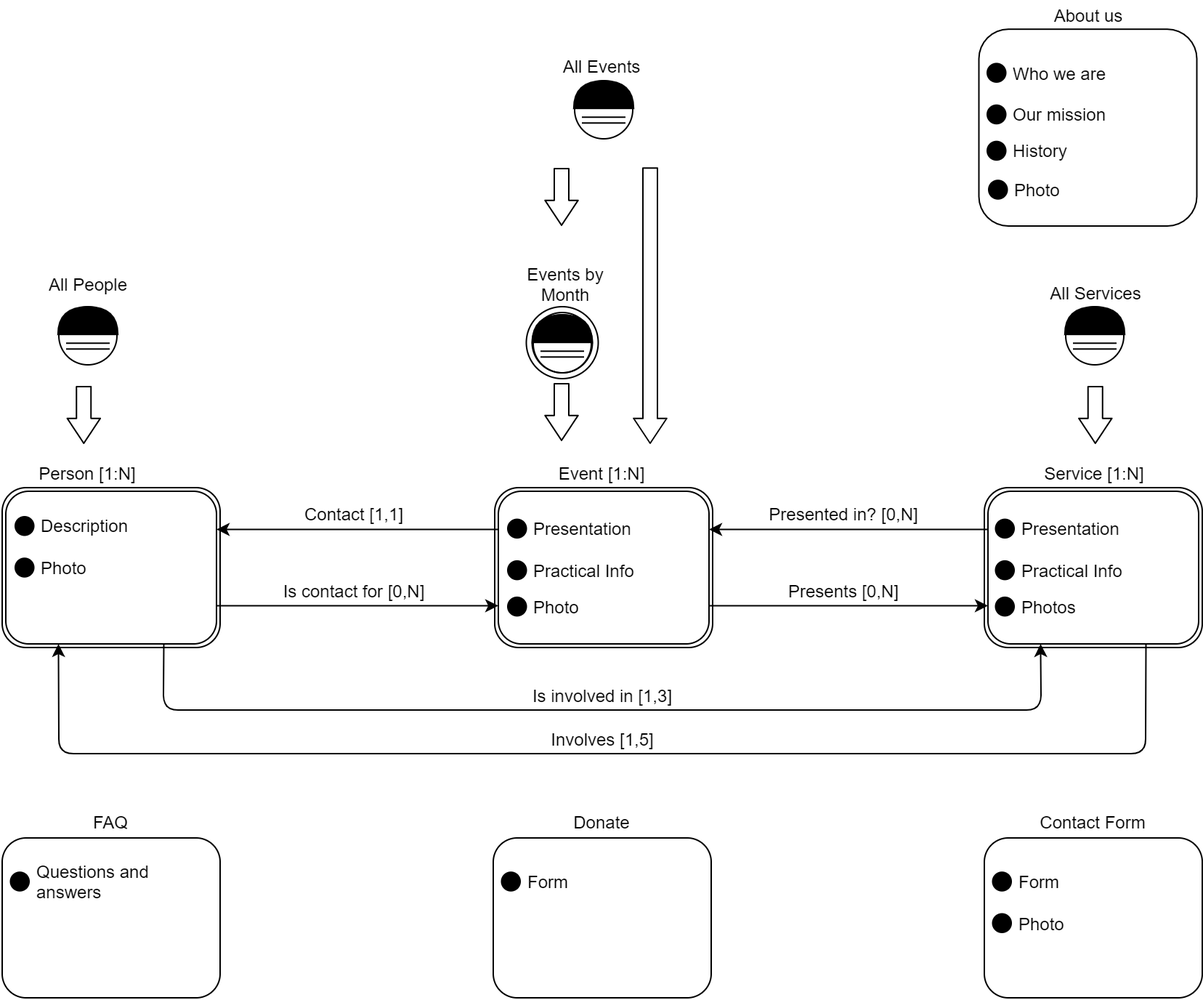
alepas/hypermidia-project keeps this draw.io diagram as Design-Document/assets/L-IDM.png. Above is the earlier version. Source tidied: cells renumbered, new cells last; positions are measured from the earlier drawing's top-left corner, leaving out a move shared by most shapes.
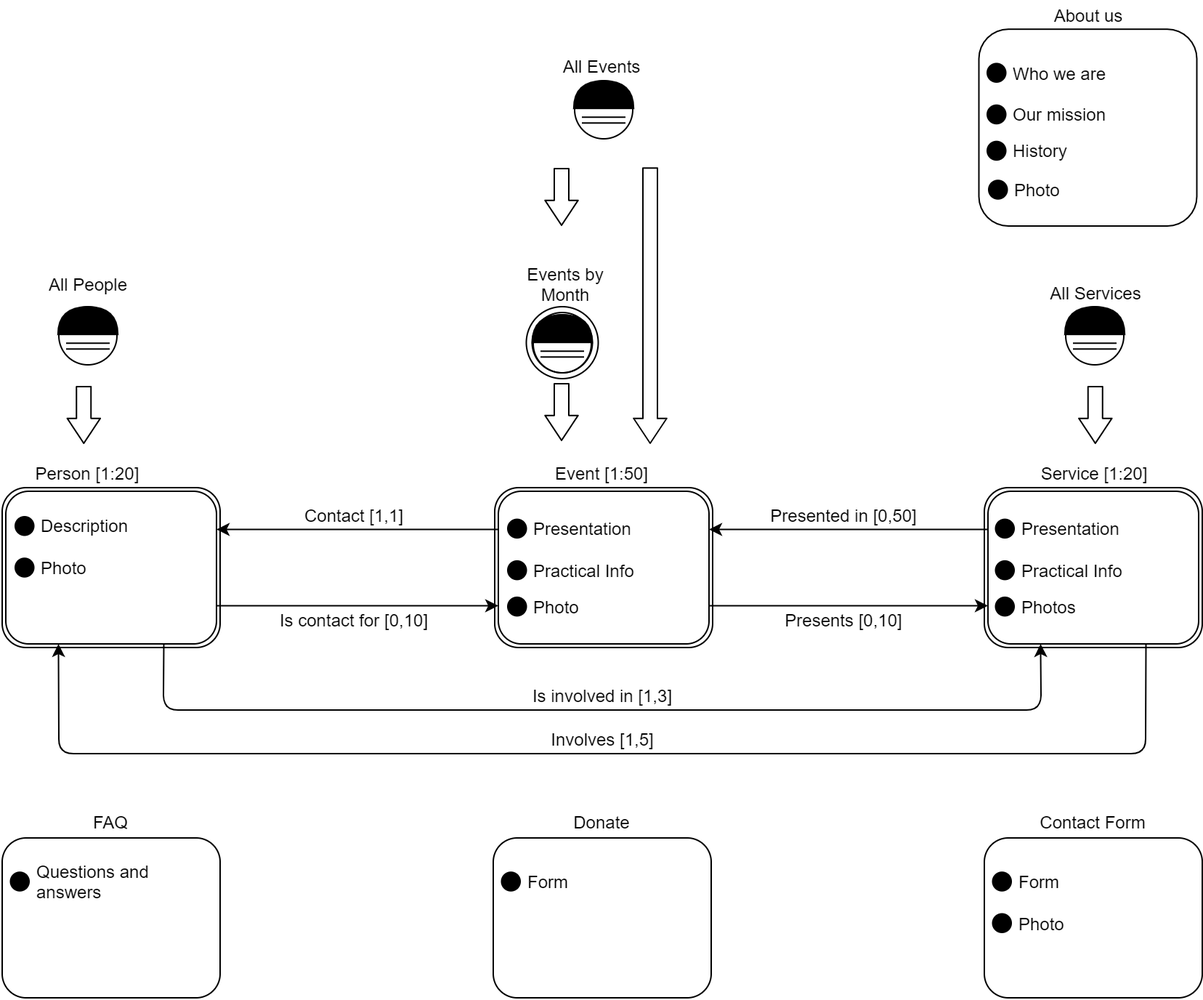
Above is the later version.

The edit, as a diff of the source:
```diff
@@ -23,7 +23,7 @@
     <mxCell id="8" style="rounded=1;whiteSpace=wrap;html=1;" parent="1" vertex="1">
       <mxGeometry x="340" y="335" width="150" height="110" as="geometry" />
     </mxCell>
-    <mxCell id="9" value="Event [1:N]" style="text;html=1;strokeColor=none;fillColor=none;align=center;verticalAlign=middle;whiteSpace=wrap;rounded=0;" parent="1" vertex="1">
+    <mxCell id="9" value="Event [1:50]" style="text;html=1;strokeColor=none;fillColor=none;align=center;verticalAlign=middle;whiteSpace=wrap;rounded=0;" parent="1" vertex="1">
       <mxGeometry x="353.8" y="315" width="120" height="20" as="geometry" />
     </mxCell>
     <mxCell id="10" style="rounded=1;whiteSpace=wrap;html=1;" parent="1" vertex="1">
@@ -47,7 +47,7 @@
     <mxCell id="14" style="rounded=1;whiteSpace=wrap;html=1;" parent="1" vertex="1">
       <mxGeometry x="1" y="335" width="150" height="110" as="geometry" />
     </mxCell>
-    <mxCell id="15" value="Person [1:N]" style="text;html=1;strokeColor=none;fillColor=none;align=center;verticalAlign=middle;whiteSpace=wrap;rounded=0;" parent="1" vertex="1">
+    <mxCell id="15" value="Person [1:20]" style="text;html=1;strokeColor=none;fillColor=none;align=center;verticalAlign=middle;whiteSpace=wrap;rounded=0;" parent="1" vertex="1">
       <mxGeometry y="315" width="120" height="20" as="geometry" />
     </mxCell>
     <mxCell id="16" style="rounded=1;whiteSpace=wrap;html=1;" parent="1" vertex="1">
@@ -59,13 +59,13 @@
     <mxCell id="18" style="endArrow=classic;html=1;exitX=1;exitY=0.75;exitDx=0;exitDy=0;entryX=0;entryY=0.75;entryDx=0;entryDy=0;" parent="1" edge="1" source="16" target="10">
       <mxGeometry relative="1" as="geometry" />
     </mxCell>
-    <mxCell id="19" value="Is contact for [0,N]" style="text;html=1;align=center;verticalAlign=middle;" parent="1" vertex="1">
-      <mxGeometry x="187.8" y="396.4" width="110" height="20" as="geometry" />
+    <mxCell id="19" value="Is contact for [0,10]" style="text;html=1;align=center;verticalAlign=middle;" parent="1" vertex="1">
+      <mxGeometry x="182.8" y="416.4" width="120" height="20" as="geometry" />
     </mxCell>
     <mxCell id="20" style="rounded=1;whiteSpace=wrap;html=1;" parent="1" vertex="1">
       <mxGeometry x="677" y="335" width="150" height="110" as="geometry" />
     </mxCell>
-    <mxCell id="21" value="Service [1:N]" style="text;html=1;strokeColor=none;fillColor=none;align=center;verticalAlign=middle;whiteSpace=wrap;rounded=0;" parent="1" vertex="1">
+    <mxCell id="21" value="Service [1:20]" style="text;html=1;strokeColor=none;fillColor=none;align=center;verticalAlign=middle;whiteSpace=wrap;rounded=0;" parent="1" vertex="1">
       <mxGeometry x="693" y="315" width="120" height="20" as="geometry" />
     </mxCell>
     <mxCell id="22" style="rounded=1;whiteSpace=wrap;html=1;" parent="1" vertex="1">
@@ -74,13 +74,13 @@
     <mxCell id="23" style="endArrow=classic;html=1;exitX=1;exitY=0.75;exitDx=0;exitDy=0;entryX=0;entryY=0.75;entryDx=0;entryDy=0;" parent="1" edge="1" source="10" target="22">
       <mxGeometry relative="1" as="geometry" />
     </mxCell>
-    <mxCell id="24" value="Presents [0,N]" style="text;html=1;align=center;verticalAlign=middle;" parent="1" vertex="1">
-      <mxGeometry x="535" y="396.4" width="90" height="20" as="geometry" />
+    <mxCell id="24" value="Presents [0,10]" style="text;html=1;align=center;verticalAlign=middle;" parent="1" vertex="1">
+      <mxGeometry x="530" y="416.4" width="100" height="20" as="geometry" />
     </mxCell>
     <mxCell id="25" style="endArrow=classic;html=1;exitX=0;exitY=0.25;exitDx=0;exitDy=0;entryX=1;entryY=0.25;entryDx=0;entryDy=0;" parent="1" edge="1" source="22" target="10">
       <mxGeometry relative="1" as="geometry" />
     </mxCell>
-    <mxCell id="26" value="Presented in? [0,N]" style="text;html=1;align=center;verticalAlign=middle;" parent="1" vertex="1">
+    <mxCell id="26" value="Presented in [0,50]" style="text;html=1;align=center;verticalAlign=middle;" parent="1" vertex="1">
       <mxGeometry x="520" y="343.5" width="120" height="20" as="geometry" />
     </mxCell>
     <mxCell id="27" style="shape=flexArrow;endArrow=classic;html=1;endWidth=11.764705882352942;endSize=5.3882352941176475;" parent="1" edge="1">
@@ -129,18 +129,6 @@
         <mxPoint x="430" y="82.2" as="targetPoint" />
       </mxGeometry>
     </mxCell>
-    <mxCell id="36" style="ellipse;whiteSpace=wrap;html=1;" parent="1" vertex="1">
-      <mxGeometry x="40" y="210.5" width="40" height="40" as="geometry" />
-    </mxCell>
-    <mxCell id="37" style="shape=or;whiteSpace=wrap;html=1;rotation=-90;fillColor=#000000;" parent="1" vertex="1">
-      <mxGeometry x="50.5" y="199.5" width="19" height="41.2" as="geometry" />
-    </mxCell>
-    <mxCell id="38" style="shape=link;html=1;" parent="1" edge="1">
-      <mxGeometry relative="1" as="geometry">
-        <mxPoint x="45" y="237.7" as="sourcePoint" />
-        <mxPoint x="75" y="237.7" as="targetPoint" />
-      </mxGeometry>
-    </mxCell>
     <mxCell id="39" style="ellipse;whiteSpace=wrap;html=1;" parent="1" vertex="1">
       <mxGeometry x="733" y="210.5" width="40" height="40" as="geometry" />
     </mxCell>
@@ -291,5 +279,20 @@
     <mxCell id="85" value="Photo" style="text;html=1;strokeColor=none;fillColor=none;align=left;verticalAlign=middle;whiteSpace=wrap;rounded=0;" parent="79" vertex="1">
       <mxGeometry x="22" y="69.6" width="122.2" height="20" as="geometry" />
     </mxCell>
+    <mxCell id="86" style="group;" parent="1" vertex="1">
+      <mxGeometry x="39.4" y="210.5" width="41.2" height="40" as="geometry" />
+    </mxCell>
+    <mxCell id="36" style="ellipse;whiteSpace=wrap;html=1;" parent="86" vertex="1">
+      <mxGeometry x="0.6" width="40" height="40" as="geometry" />
+    </mxCell>
+    <mxCell id="37" style="shape=or;whiteSpace=wrap;html=1;rotation=-90;fillColor=#000000;" parent="86" vertex="1">
+      <mxGeometry x="11.1" y="-11" width="19" height="41.2" as="geometry" />
+    </mxCell>
+    <mxCell id="38" style="shape=link;html=1;" parent="86" edge="1">
+      <mxGeometry relative="1" as="geometry">
+        <mxPoint x="5.6" y="27.2" as="sourcePoint" />
+        <mxPoint x="35.6" y="27.2" as="targetPoint" />
+      </mxGeometry>
+    </mxCell>
   </root>
 </mxGraphModel>
```
